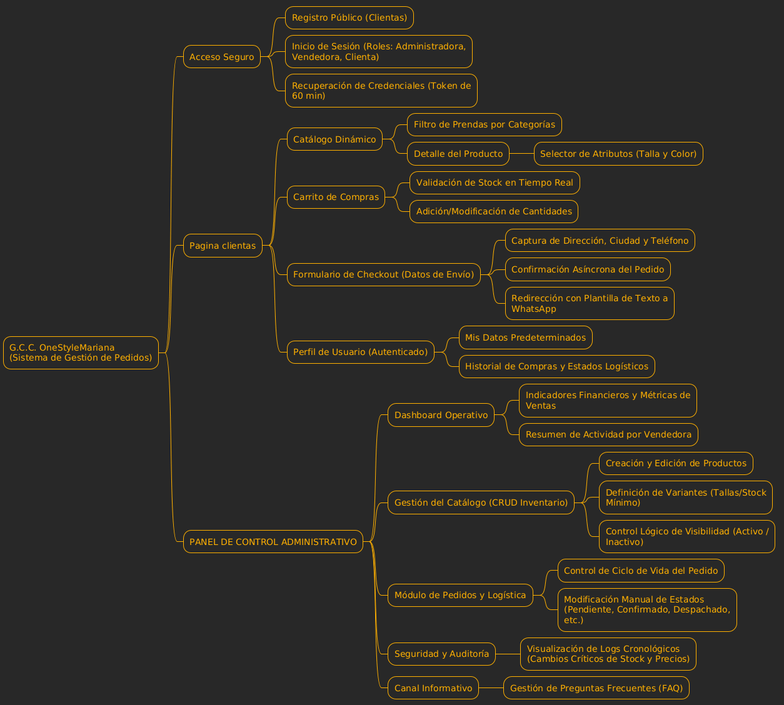
Above: docs/mapa navegacion/mapanavegacion.png in holo-t-leds/Concepto-OneStyle-Mariana (PlantUML), before the change. Source of this version:
```plantuml
@startmindmap
!theme crt-amber
skinparam linetype ortho
skinparam classAttributeIconSize 0

* G.C.C. OneStyleMariana \n(Sistema de Gestión de Pedidos)

** Acceso Seguro
*** Registro Público (Clientas)
*** Inicio de Sesión (Roles: Administradora, Vendedora, Clienta)
*** Recuperación de Credenciales (Token de 60 min)

** Pagina clientas
*** Catálogo Dinámico
**** Filtro de Prendas por Categorías
**** Detalle del Producto
***** Selector de Atributos (Talla y Color)
*** Carrito de Compras
**** Validación de Stock en Tiempo Real
**** Adición/Modificación de Cantidades
*** Formulario de Checkout (Datos de Envío)
**** Captura de Dirección, Ciudad y Teléfono
**** Confirmación Asíncrona del Pedido
**** Redirección con Plantilla de Texto a WhatsApp
*** Perfil de Usuario (Autenticado)
**** Mis Datos Predeterminados
**** Historial de Compras y Estados Logísticos

** PANEL DE CONTROL ADMINISTRATIVO
*** Dashboard Operativo
**** Indicadores Financieros y Métricas de Ventas
**** Resumen de Actividad por Vendedora
*** Gestión del Catálogo (CRUD Inventario)
**** Creación y Edición de Productos
**** Definición de Variantes (Tallas/Stock Mínimo)
**** Control Lógico de Visibilidad (Activo / Inactivo)
*** Módulo de Pedidos y Logística
**** Control de Ciclo de Vida del Pedido
**** Modificación Manual de Estados (Pendiente, Confirmado, Despachado, etc.)
*** Seguridad y Auditoría
**** Visualización de Logs Cronológicos (Cambios Críticos de Stock y Precios)
*** Canal Informativo
**** Gestión de Preguntas Frecuentes (FAQ)

@endmindmap
```
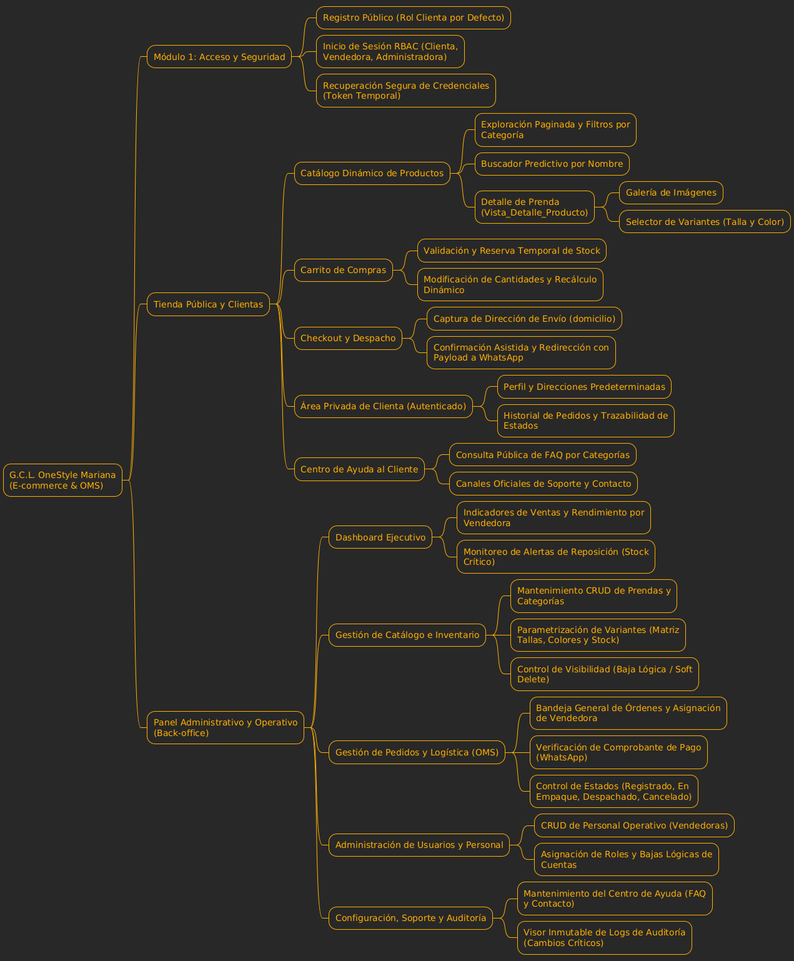
The same diagram one commit later.

What changed in the source:
```diff
@@ -3,43 +3,50 @@
 skinparam linetype ortho
 skinparam classAttributeIconSize 0
 
-* G.C.C. OneStyleMariana \n(Sistema de Gestión de Pedidos)
+* G.C.L. OneStyle Mariana\n(E-commerce & OMS)
 
-** Acceso Seguro
-*** Registro Público (Clientas)
-*** Inicio de Sesión (Roles: Administradora, Vendedora, Clienta)
-*** Recuperación de Credenciales (Token de 60 min)
+** Módulo 1: Acceso y Seguridad
+*** Registro Público (Rol Clienta por Defecto)
+*** Inicio de Sesión RBAC (Clienta, Vendedora, Administradora)
+*** Recuperación Segura de Credenciales (Token Temporal)
 
-** Pagina clientas
-*** Catálogo Dinámico
-**** Filtro de Prendas por Categorías
-**** Detalle del Producto
-***** Selector de Atributos (Talla y Color)
+** Tienda Pública y Clientas
+*** Catálogo Dinámico de Productos
+**** Exploración Paginada y Filtros por Categoría
+**** Buscador Predictivo por Nombre
+**** Detalle de Prenda (Vista_Detalle_Producto)
+***** Galería de Imágenes
+***** Selector de Variantes (Talla y Color)
 *** Carrito de Compras
-**** Validación de Stock en Tiempo Real
-**** Adición/Modificación de Cantidades
-*** Formulario de Checkout (Datos de Envío)
-**** Captura de Dirección, Ciudad y Teléfono
-**** Confirmación Asíncrona del Pedido
-**** Redirección con Plantilla de Texto a WhatsApp
-*** Perfil de Usuario (Autenticado)
-**** Mis Datos Predeterminados
-**** Historial de Compras y Estados Logísticos
+**** Validación y Reserva Temporal de Stock
+**** Modificación de Cantidades y Recálculo Dinámico
+*** Checkout y Despacho
+**** Captura de Dirección de Envío (domicilio)
+**** Confirmación Asistida y Redirección con Payload a WhatsApp
+*** Área Privada de Clienta (Autenticado)
+**** Perfil y Direcciones Predeterminadas
+**** Historial de Pedidos y Trazabilidad de Estados
+*** Centro de Ayuda al Cliente
+**** Consulta Pública de FAQ por Categorías
+**** Canales Oficiales de Soporte y Contacto
 
-** PANEL DE CONTROL ADMINISTRATIVO
-*** Dashboard Operativo
-**** Indicadores Financieros y Métricas de Ventas
-**** Resumen de Actividad por Vendedora
-*** Gestión del Catálogo (CRUD Inventario)
-**** Creación y Edición de Productos
-**** Definición de Variantes (Tallas/Stock Mínimo)
-**** Control Lógico de Visibilidad (Activo / Inactivo)
-*** Módulo de Pedidos y Logística
-**** Control de Ciclo de Vida del Pedido
-**** Modificación Manual de Estados (Pendiente, Confirmado, Despachado, etc.)
-*** Seguridad y Auditoría
-**** Visualización de Logs Cronológicos (Cambios Críticos de Stock y Precios)
-*** Canal Informativo
-**** Gestión de Preguntas Frecuentes (FAQ)
+** Panel Administrativo y Operativo (Back-office)
+*** Dashboard Ejecutivo
+**** Indicadores de Ventas y Rendimiento por Vendedora
+**** Monitoreo de Alertas de Reposición (Stock Crítico)
+*** Gestión de Catálogo e Inventario
+**** Mantenimiento CRUD de Prendas y Categorías
+**** Parametrización de Variantes (Matriz Tallas, Colores y Stock)
+**** Control de Visibilidad (Baja Lógica / Soft Delete)
+*** Gestión de Pedidos y Logística (OMS)
+**** Bandeja General de Órdenes y Asignación de Vendedora
+**** Verificación de Comprobante de Pago (WhatsApp)
+**** Control de Estados (Registrado, En Empaque, Despachado, Cancelado)
+*** Administración de Usuarios y Personal
+**** CRUD de Personal Operativo (Vendedoras)
+**** Asignación de Roles y Bajas Lógicas de Cuentas
+*** Configuración, Soporte y Auditoría
+**** Mantenimiento del Centro de Ayuda (FAQ y Contacto)
+**** Visor Inmutable de Logs de Auditoría (Cambios Críticos)
 
 @endmindmap
```
